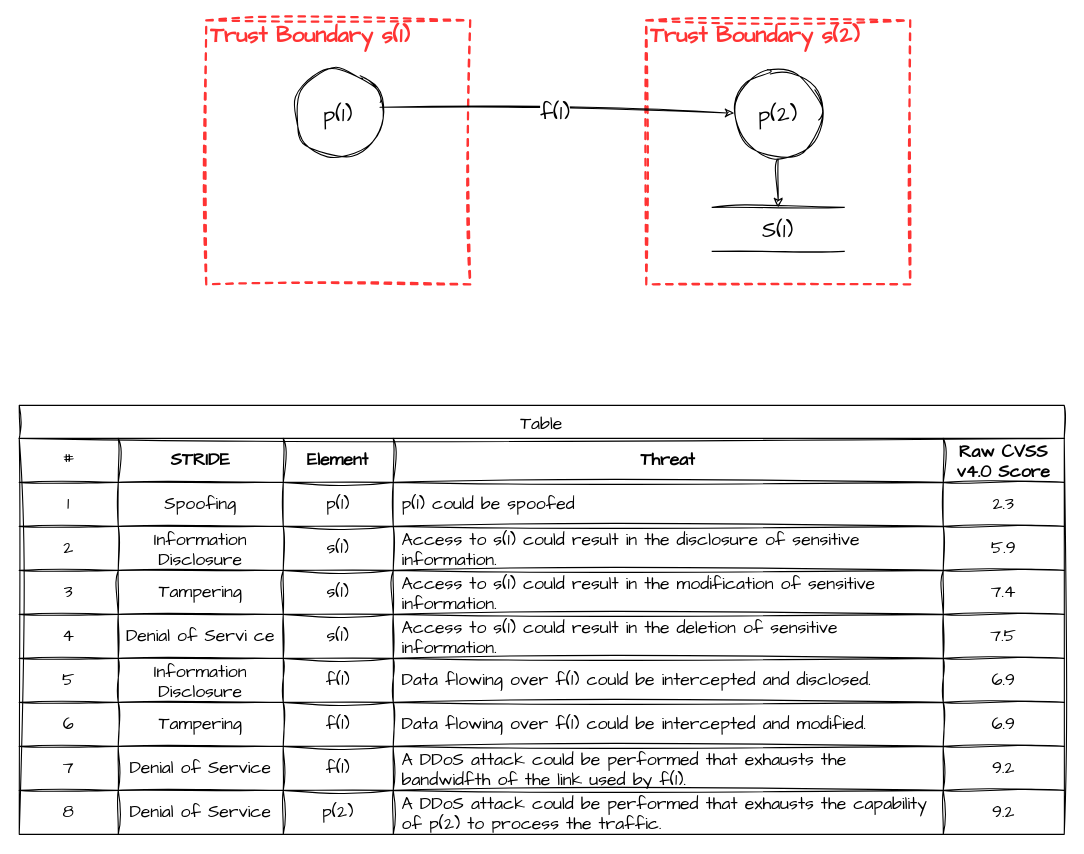
Jim-Sweeting/Drawio keeps this draw.io diagram as threat-model-76709aca-15c3-4c09-a234-aa7a41e012bc.drawio. Above is the earlier version. Source tidied: cells renumbered, new cells numbered last; positions are measured from the earlier drawing's top-left corner, leaving out a move shared by most shapes. Both pictures are drawn from the tidied source at 110%, with x=0, y=0 at pixel (19, 20).
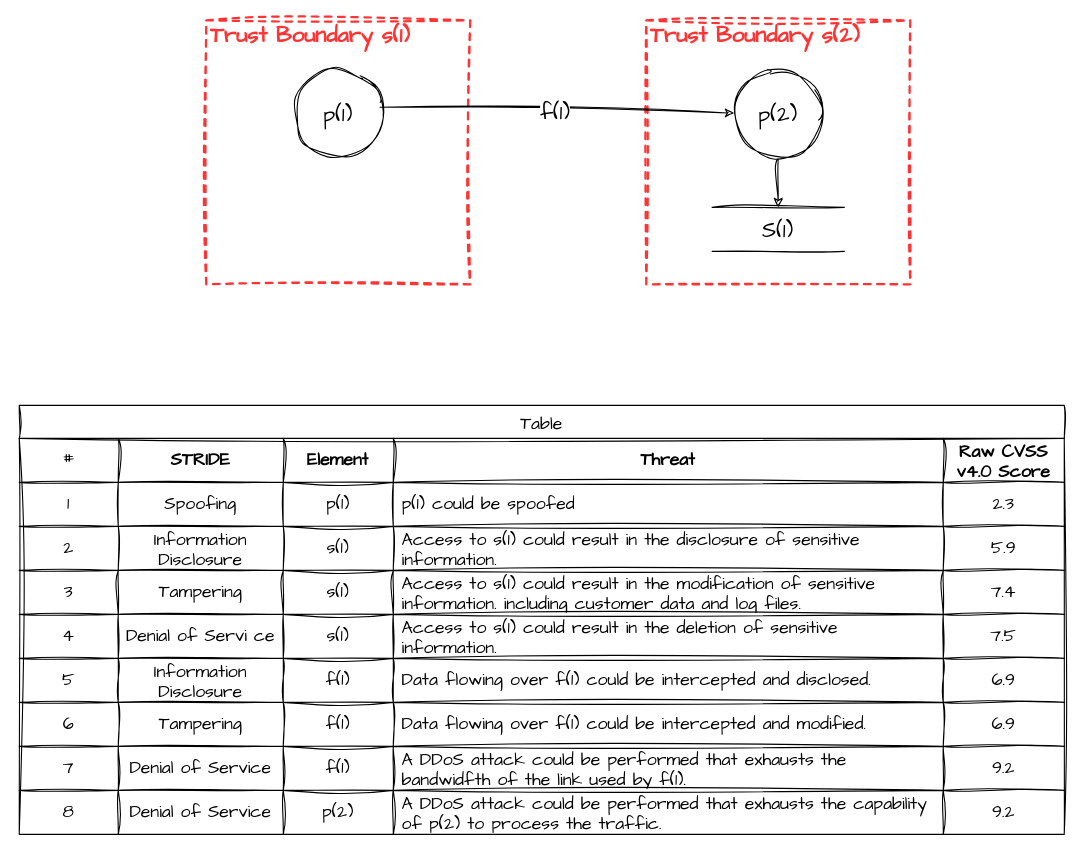
Above is the later version.

Unchanged cells that the change refers to:
```xml
<mxCell id="29" style="shape=tableRow;horizontal=0;startSize=0;swimlaneHead=0;swimlaneBody=0;strokeColor=inherit;top=0;left=0;bottom=0;right=0;fillColor=none;fontSize=16;sketch=1;hachureGap=4;jiggle=2;curveFitting=1;fontFamily=Architects Daughter;" parent="10" vertex="1">
  <mxGeometry y="150" width="950" height="40" as="geometry" />
</mxCell>
```

Change to the diagram source:
```diff
@@
-    <mxCell id="33" value="Access to s(1) could result in the modification&amp;nbsp;of sensitive information." style="shape=partialRectangle;html=1;whiteSpace=wrap;strokeColor=inherit;overflow=hidden;fillColor=none;top=0;left=0;bottom=0;right=0;fontSize=16;sketch=1;hachureGap=4;jiggle=2;curveFitting=1;fontFamily=Architects Daughter;align=left;spacingLeft=6;spacingRight=6;" parent="29" vertex="1">
+    <mxCell id="33" value="Access to s(1) could result in the modification&amp;nbsp;of sensitive information. including customer data and log files." style="shape=partialRectangle;html=1;whiteSpace=wrap;strokeColor=inherit;overflow=hidden;fillColor=none;top=0;left=0;bottom=0;right=0;fontSize=16;sketch=1;hachureGap=4;jiggle=2;curveFitting=1;fontFamily=Architects Daughter;align=left;spacingLeft=6;spacingRight=6;" parent="29" vertex="1">
       <mxGeometry x="340" width="500" height="40" as="geometry" />
     </mxCell>
```
